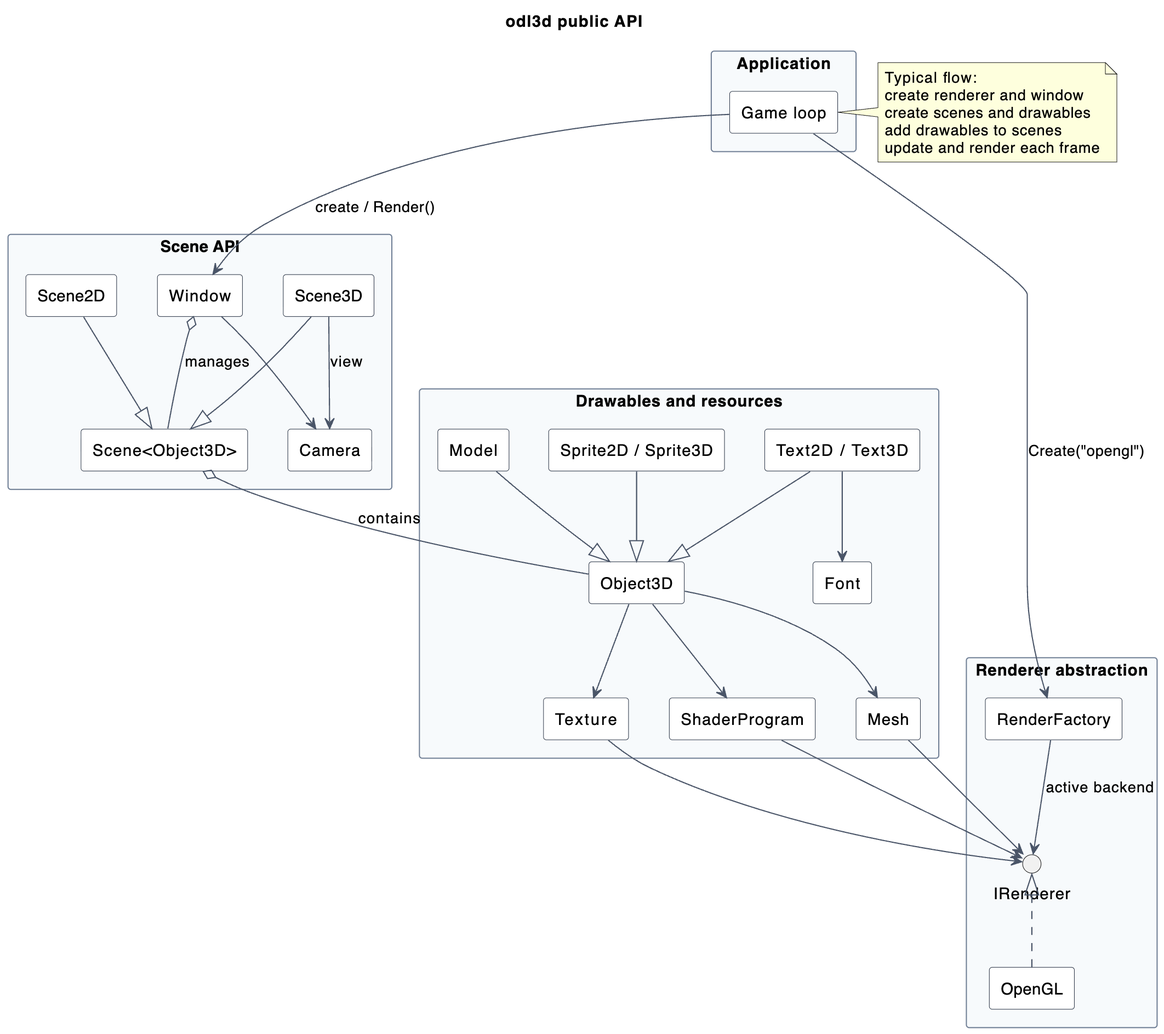
Marijnher/odl3d keeps this PlantUML diagram as architecture.png. Above is the earlier version. Its source is kept beside it as architecture.puml.
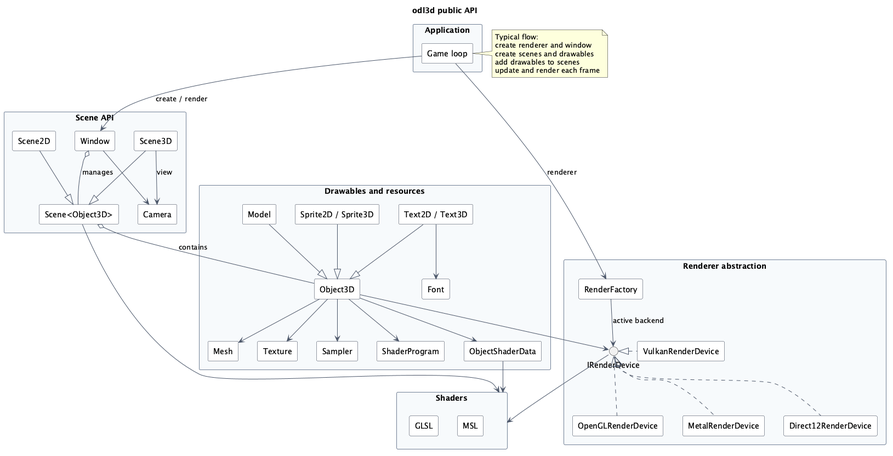
Later version of the same file.

Commit message:
Update architecture diagram and remove legacy OpenGL renderer

The edit, as a diff of the source:
```diff
@@ -33,18 +33,28 @@
   component "Text2D / Text3D" as text
   component "Mesh" as mesh
   component "Texture" as texture
+  component "Sampler" as sampler
   component "ShaderProgram" as shader
   component "Font" as font
+  component "ObjectShaderData" as objdata
 }
 
-package "Renderer abstraction" {
-  interface "IRenderer" as renderer
+package "Renderer abstraction" as renderer{
+  interface "IRenderDevice" as device
   component "RenderFactory" as factory
-  component "OpenGL" as opengl
+  component "OpenGLRenderDevice" as opengl
+  component "MetalRenderDevice" as metal
+  component "VulkanRenderDevice" as vulkan
+  component "Direct12RenderDevice" as direct12
 }
 
-app --> factory : Create("opengl")
-app --> window : create / Render()
+package "Shaders" as shaders {
+  component "GLSL" as glsl
+  component "MSL" as msl
+}
+
+app --> factory : renderer
+app --> window : create / render
 window --> camera
 window o-- scene : manages
 
@@ -52,6 +62,7 @@
 scene2d --|> scene
 scene3d --> camera : view
 scene o-- object3d : contains
+scene -right-> shaders
 
 model --|> object3d
 sprites --|> object3d
@@ -59,13 +70,19 @@
 object3d --> mesh
 object3d --> texture
 object3d --> shader
+object3d --> sampler
+object3d --> device
+object3d --> objdata
 text --> font
 
-factory --> renderer : active backend
-renderer <|.. opengl
-mesh --> renderer
-texture --> renderer
-shader --> renderer
+factory --> device : active backend
+device <|.. opengl
+device <|.down. metal
+device <|.right. vulkan
+device <|.down. direct12
+
+objdata -right-> shaders
+device --> shaders
 
 note right of app
   Typical flow:
```
